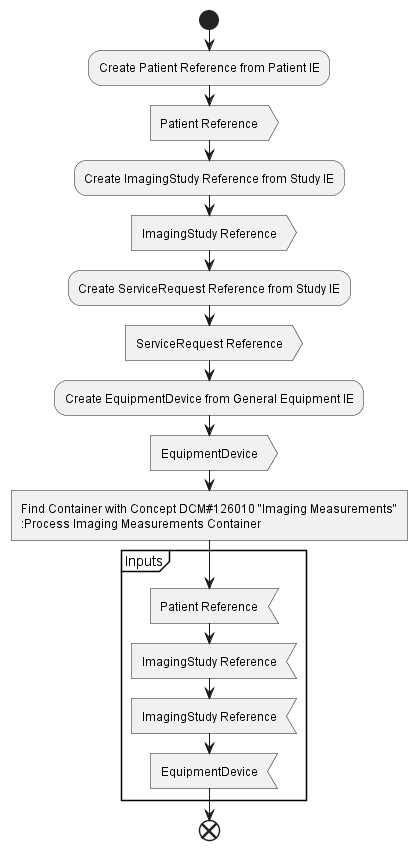
Earlier version of the PlantUML export input/images/dicom_sr_workflow.png (HL7/dicom-sr). Its diagram source:
```plantuml
@startuml dicom_sr_workflow
start
:Create Patient Reference from Patient IE;
:Patient Reference>
:Create ImagingStudy Reference from Study IE;
:ImagingStudy Reference>
:Create ServiceRequest Reference from Study IE;
:ServiceRequest Reference>
:Create EquipmentDevice from General Equipment IE;
:EquipmentDevice>
:Find Container with Concept DCM#126010 "Imaging Measurements"
:Process Imaging Measurements Container]
partition "Inputs" {
    :Patient Reference<
    :ImagingStudy Reference<
    :ImagingStudy Reference<
    :EquipmentDevice<
}
end

@enduml
```
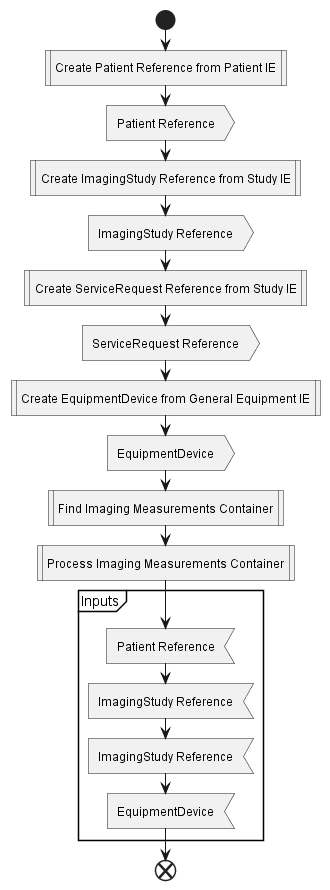
Above is the later version.

Commit message:
- Workflow diagram updates

Change to the diagram source:
```diff
@@ -1,15 +1,15 @@
 @startuml dicom_sr_workflow
 start
-:Create Patient Reference from Patient IE;
+:Create Patient Reference from Patient IE|
 :Patient Reference>
-:Create ImagingStudy Reference from Study IE;
+:Create ImagingStudy Reference from Study IE|
 :ImagingStudy Reference>
-:Create ServiceRequest Reference from Study IE;
+:Create ServiceRequest Reference from Study IE|
 :ServiceRequest Reference>
-:Create EquipmentDevice from General Equipment IE;
+:Create EquipmentDevice from General Equipment IE|
 :EquipmentDevice>
-:Find Container with Concept DCM#126010 "Imaging Measurements"
-:Process Imaging Measurements Container]
+:Find Imaging Measurements Container|
+:Process Imaging Measurements Container|
 partition "Inputs" {
     :Patient Reference<
     :ImagingStudy Reference<
```
